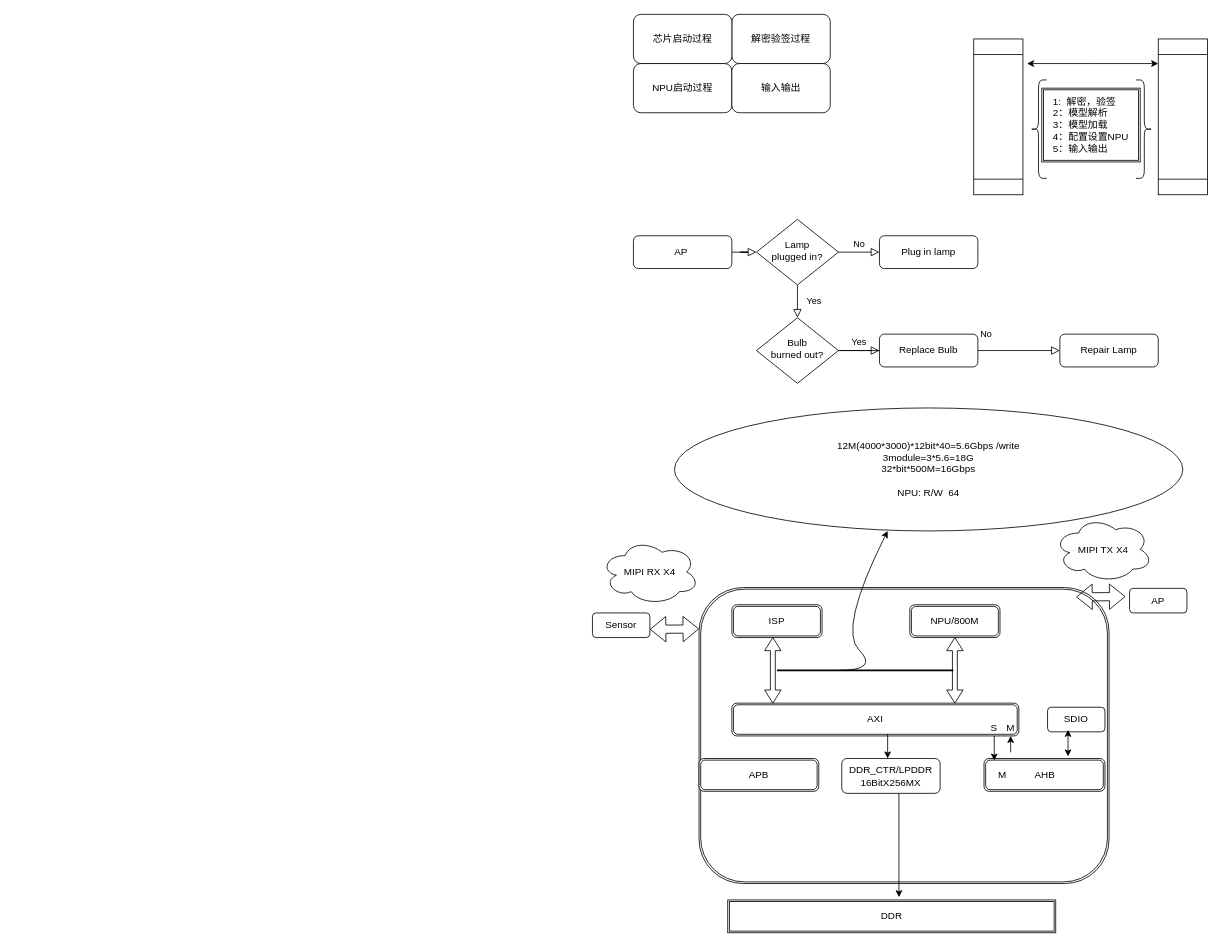
Above: tool_graph_drawio/demo.drawio in paulluo/work_note (draw.io), before the change. Source tidied: cells renumbered, new cells numbered last; positions are measured from the earlier drawing's top-left corner, leaving out a move shared by most shapes. Both pictures are drawn from the tidied source at 82%, with x=0, y=0 at pixel (592, 14).
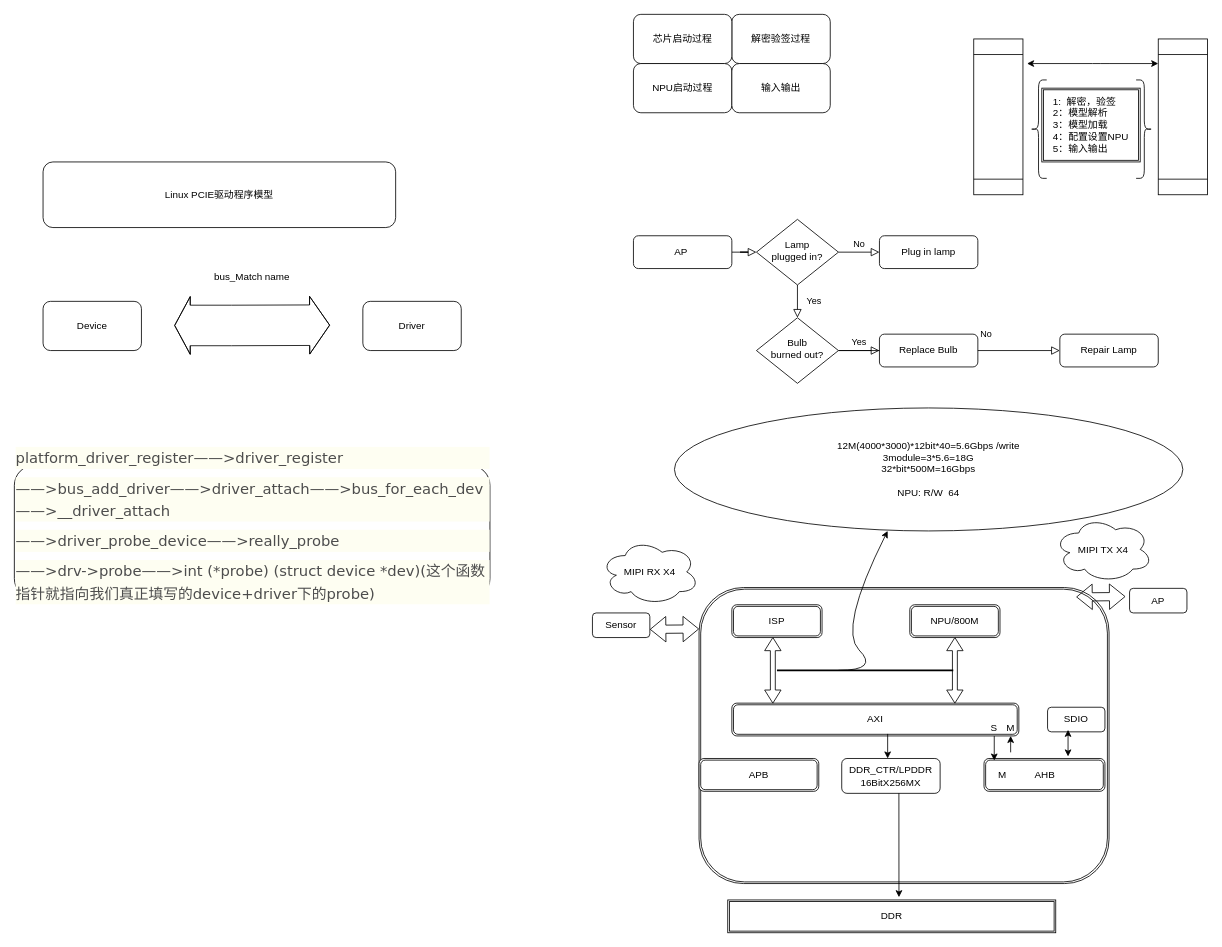
The same diagram, later.

The edit, as a diff of the source:
```diff
@@
+    <mxCell id="51" value="Linux PCIE驱动程序模型" style="rounded=1;whiteSpace=wrap;html=1;" parent="1" vertex="1">
+      <mxGeometry x="-670" y="180" width="430" height="80" as="geometry" />
+    </mxCell>
+    <mxCell id="52" value="Device" style="rounded=1;whiteSpace=wrap;html=1;" parent="1" vertex="1">
+      <mxGeometry x="-670" y="350" width="120" height="60" as="geometry" />
+    </mxCell>
+    <mxCell id="53" value="Driver" style="rounded=1;whiteSpace=wrap;html=1;" parent="1" vertex="1">
+      <mxGeometry x="-280" y="350" width="120" height="60" as="geometry" />
+    </mxCell>
+    <mxCell id="54" style="shape=flexArrow;endArrow=classic;startArrow=classic;html=1;width=49.411764705882355;endSize=7.8;" parent="1" edge="1">
+      <mxGeometry relative="1" as="geometry">
+        <mxPoint x="-510" y="379.4" as="sourcePoint" />
+        <mxPoint x="-320" y="379" as="targetPoint" />
+        <Array as="points">
+          <mxPoint x="-440" y="379.4" />
+        </Array>
+      </mxGeometry>
+    </mxCell>
+    <mxCell id="55" value="bus_Match name" style="text;html=1;strokeColor=none;fillColor=none;align=center;verticalAlign=middle;whiteSpace=wrap;rounded=0;" parent="1" vertex="1">
+      <mxGeometry x="-470" y="300" width="110" height="40" as="geometry" />
+    </mxCell>
+    <mxCell id="56" value="&lt;p style=&quot;box-sizing: border-box ; outline: 0px ; margin: 10px auto ; padding: 0px ; font-size: 18px ; color: rgb(77 , 77 , 77) ; overflow: auto hidden ; line-height: 1.5 ; overflow-wrap: break-word ; font-family: &amp;#34;verdana&amp;#34; , &amp;#34;arial&amp;#34; , &amp;#34;helvetica&amp;#34; , sans-serif ; background-color: rgb(254 , 254 , 242)&quot;&gt;platform_driver_register——&amp;gt;driver_register&lt;/p&gt;&lt;p style=&quot;box-sizing: border-box ; outline: 0px ; margin: 10px auto ; padding: 0px ; font-size: 18px ; color: rgb(77 , 77 , 77) ; overflow: auto hidden ; line-height: 1.5 ; overflow-wrap: break-word ; font-family: &amp;#34;verdana&amp;#34; , &amp;#34;arial&amp;#34; , &amp;#34;helvetica&amp;#34; , sans-serif ; background-color: rgb(254 , 254 , 242)&quot;&gt;——&amp;gt;bus_add_driver——&amp;gt;driver_attach——&amp;gt;bus_for_each_dev——&amp;gt;__driver_attach&lt;/p&gt;&lt;p style=&quot;box-sizing: border-box ; outline: 0px ; margin: 10px auto ; padding: 0px ; font-size: 18px ; color: rgb(77 , 77 , 77) ; overflow: auto hidden ; line-height: 1.5 ; overflow-wrap: break-word ; font-family: &amp;#34;verdana&amp;#34; , &amp;#34;arial&amp;#34; , &amp;#34;helvetica&amp;#34; , sans-serif ; background-color: rgb(254 , 254 , 242)&quot;&gt;——&amp;gt;driver_probe_device——&amp;gt;really_probe&lt;/p&gt;&lt;p style=&quot;box-sizing: border-box ; outline: 0px ; margin: 10px auto ; padding: 0px ; font-size: 18px ; color: rgb(77 , 77 , 77) ; overflow: auto hidden ; line-height: 1.5 ; overflow-wrap: break-word ; font-family: &amp;#34;verdana&amp;#34; , &amp;#34;arial&amp;#34; , &amp;#34;helvetica&amp;#34; , sans-serif ; background-color: rgb(254 , 254 , 242)&quot;&gt;——&amp;gt;drv-&amp;gt;probe——&amp;gt;int (*probe) (struct device *dev)(这个函数指针就指向我们真正填写的device+driver下的probe)&lt;/p&gt;&lt;div&gt;&lt;br&gt;&lt;/div&gt;" style="rounded=1;whiteSpace=wrap;html=1;align=left;" parent="1" vertex="1">
+      <mxGeometry x="-705" y="550" width="580" height="162.5" as="geometry" />
+    </mxCell>
```
